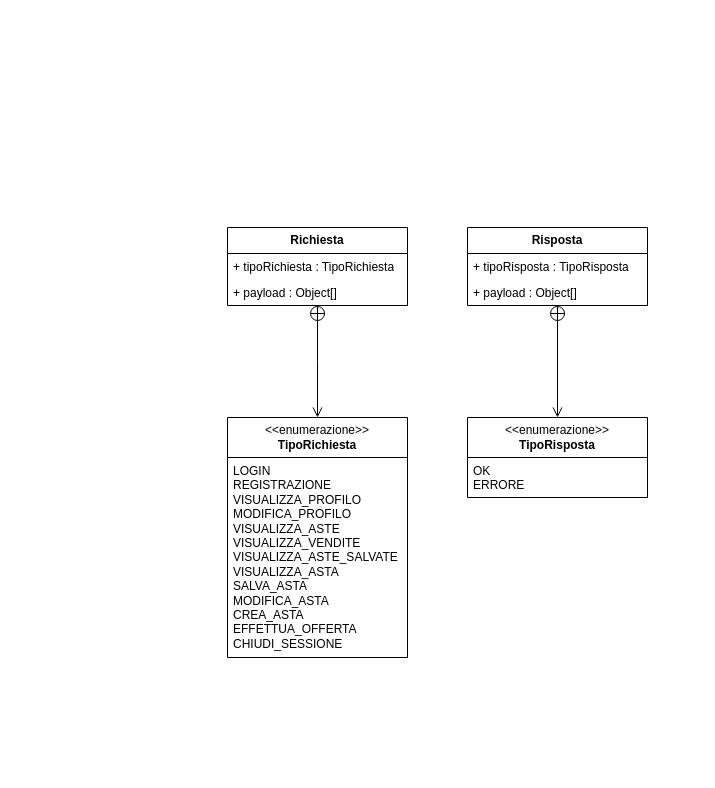
Above: documenti/DC-Aste.drawio in Chaos-Rat/GAO (draw.io), before the change. Source tidied: cells renumbered, new cells numbered last; positions are measured from the earlier drawing's top-left corner, leaving out a move shared by most shapes. Both pictures are drawn from the tidied source at 100%, with x=0, y=0 at pixel (227, 227).
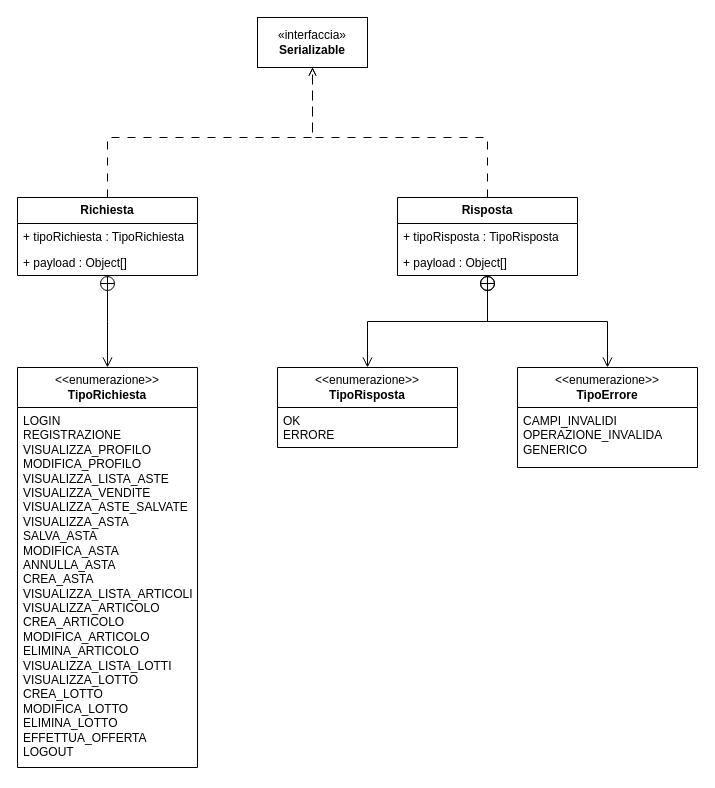
Above is the later version.

The edit, as a diff of the source:
```diff
@@
     <mxCell id="2" value="&lt;div&gt;&amp;lt;&amp;lt;enumerazione&amp;gt;&amp;gt;&lt;/div&gt;&lt;b&gt;TipoRichiesta&lt;/b&gt;" style="swimlane;fontStyle=0;horizontal=1;startSize=40;fillColor=none;whiteSpace=wrap;html=1;" parent="1" vertex="1">
-      <mxGeometry y="190" width="180" height="240" as="geometry" />
+      <mxGeometry x="-210" y="140" width="180" height="400" as="geometry" />
     </mxCell>
-    <mxCell id="3" value="LOGIN&lt;div&gt;REGISTRAZIONE&lt;/div&gt;&lt;div&gt;VISUALIZZA_PROFILO&lt;/div&gt;&lt;div&gt;MODIFICA_PROFILO&lt;/div&gt;&lt;div&gt;VISUALIZZA_ASTE&lt;/div&gt;&lt;div&gt;VISUALIZZA_VENDITE&lt;/div&gt;&lt;div&gt;VISUALIZZA_ASTE_SALVATE&lt;/div&gt;&lt;div&gt;VISUALIZZA_ASTA&lt;/div&gt;&lt;div&gt;SALVA_ASTA&lt;/div&gt;&lt;div&gt;MODIFICA_ASTA&lt;/div&gt;&lt;div&gt;CREA_ASTA&lt;/div&gt;&lt;div&gt;EFFETTUA_OFFERTA&lt;/div&gt;&lt;div&gt;CHIUDI_SESSIONE&lt;/div&gt;" style="text;strokeColor=none;fillColor=none;align=left;verticalAlign=top;spacingLeft=4;spacingRight=4;overflow=hidden;whiteSpace=wrap;html=1;" parent="2" vertex="1">
-      <mxGeometry y="40" width="180" height="200" as="geometry" />
+    <mxCell id="3" value="LOGIN&lt;div&gt;REGISTRAZIONE&lt;/div&gt;&lt;div&gt;VISUALIZZA_PROFILO&lt;/div&gt;&lt;div&gt;MODIFICA_PROFILO&lt;/div&gt;&lt;div&gt;VISUALIZZA_LISTA_ASTE&lt;/div&gt;&lt;div&gt;VISUALIZZA_VENDITE&lt;/div&gt;&lt;div&gt;VISUALIZZA_ASTE_SALVATE&lt;/div&gt;&lt;div&gt;VISUALIZZA_ASTA&lt;/div&gt;&lt;div&gt;SALVA_ASTA&lt;/div&gt;&lt;div&gt;MODIFICA_ASTA&lt;/div&gt;&lt;div&gt;ANNULLA_ASTA&lt;/div&gt;&lt;div&gt;CREA_ASTA&lt;/div&gt;&lt;div&gt;VISUALIZZA_LISTA_ARTICOLI&lt;/div&gt;&lt;div&gt;VISUALIZZA_ARTICOLO&lt;/div&gt;&lt;div&gt;CREA_ARTICOLO&lt;/div&gt;&lt;div&gt;MODIFICA_ARTICOLO&lt;/div&gt;&lt;div&gt;ELIMINA_ARTICOLO&lt;/div&gt;&lt;div&gt;VISUALIZZA_LISTA_LOTTI&lt;/div&gt;&lt;div&gt;VISUALIZZA_LOTTO&lt;/div&gt;&lt;div&gt;CREA_LOTTO&lt;/div&gt;&lt;div&gt;MODIFICA_LOTTO&lt;/div&gt;&lt;div&gt;ELIMINA_LOTTO&lt;/div&gt;&lt;div&gt;EFFETTUA_OFFERTA&lt;/div&gt;&lt;div&gt;LOGOUT&lt;/div&gt;" style="text;strokeColor=none;fillColor=none;align=left;verticalAlign=top;spacingLeft=4;spacingRight=4;overflow=hidden;whiteSpace=wrap;html=1;" parent="2" vertex="1">
+      <mxGeometry y="40" width="180" height="360" as="geometry" />
     </mxCell>
@@
+    <mxCell id="14" style="edgeStyle=orthogonalEdgeStyle;rounded=0;jettySize=auto;html=1;dashed=1;dashPattern=8 8;endArrow=open;endFill=0;" parent="1" edge="1" source="5" target="16">
+      <mxGeometry relative="1" as="geometry">
+        <Array as="points">
+          <mxPoint x="-120" y="-90" />
+          <mxPoint x="85" y="-90" />
+        </Array>
+      </mxGeometry>
+    </mxCell>
     <mxCell id="5" value="&lt;b&gt;Richiesta&lt;/b&gt;" style="swimlane;fontStyle=0;horizontal=1;startSize=26;fillColor=none;whiteSpace=wrap;html=1;" parent="1" vertex="1">
-      <mxGeometry width="180" height="78" as="geometry" />
+      <mxGeometry x="-210" y="-30" width="180" height="78" as="geometry" />
     </mxCell>
@@
+    <mxCell id="15" style="edgeStyle=orthogonalEdgeStyle;rounded=0;jettySize=auto;html=1;dashed=1;dashPattern=8 8;endArrow=open;endFill=0;" parent="1" edge="1" source="8" target="16">
+      <mxGeometry relative="1" as="geometry">
+        <Array as="points">
+          <mxPoint x="260" y="-90" />
+          <mxPoint x="85" y="-90" />
+        </Array>
+      </mxGeometry>
+    </mxCell>
     <mxCell id="8" value="&lt;b&gt;Risposta&lt;/b&gt;" style="swimlane;fontStyle=0;horizontal=1;startSize=26;fillColor=none;whiteSpace=wrap;html=1;" parent="1" vertex="1">
-      <mxGeometry x="240" width="180" height="78" as="geometry" />
+      <mxGeometry x="170" y="-30" width="180" height="78" as="geometry" />
     </mxCell>
@@
     <mxCell id="11" value="&lt;div&gt;&amp;lt;&amp;lt;enumerazione&amp;gt;&amp;gt;&lt;/div&gt;&lt;b&gt;TipoRisposta&lt;/b&gt;" style="swimlane;fontStyle=0;horizontal=1;startSize=40;fillColor=none;whiteSpace=wrap;html=1;" parent="1" vertex="1">
-      <mxGeometry x="240" y="190" width="180" height="80" as="geometry" />
+      <mxGeometry x="50" y="140" width="180" height="80" as="geometry" />
     </mxCell>
@@
-    <mxCell id="13" style="endArrow=open;startArrow=circlePlus;endFill=0;startFill=0;endSize=8;html=1;rounded=0;" parent="1" edge="1" source="8" target="11">
+    <mxCell id="13" style="endArrow=open;startArrow=circlePlus;endFill=0;startFill=0;endSize=8;html=1;rounded=0;edgeStyle=elbowEdgeStyle;elbow=vertical;" parent="1" edge="1" source="8" target="11">
       <mxGeometry relative="1" as="geometry" />
     </mxCell>
+    <mxCell id="16" value="«interfaccia»&lt;br&gt;&lt;b&gt;Serializable&lt;/b&gt;" style="html=1;whiteSpace=wrap;" parent="1" vertex="1">
+      <mxGeometry x="30" y="-210" width="110" height="50" as="geometry" />
+    </mxCell>
+    <mxCell id="17" value="&lt;div&gt;&amp;lt;&amp;lt;enumerazione&amp;gt;&amp;gt;&lt;/div&gt;&lt;b&gt;TipoErrore&lt;/b&gt;" style="swimlane;fontStyle=0;horizontal=1;startSize=40;fillColor=none;whiteSpace=wrap;html=1;" parent="1" vertex="1">
+      <mxGeometry x="290" y="140" width="180" height="100" as="geometry" />
+    </mxCell>
+    <mxCell id="18" value="&lt;div&gt;CAMPI_INVALIDI&lt;/div&gt;&lt;div&gt;OPERAZIONE_INVALIDA&lt;/div&gt;&lt;div&gt;GENERICO&lt;/div&gt;" style="text;strokeColor=none;fillColor=none;align=left;verticalAlign=top;spacingLeft=4;spacingRight=4;overflow=hidden;whiteSpace=wrap;html=1;" parent="17" vertex="1">
+      <mxGeometry y="40" width="180" height="60" as="geometry" />
+    </mxCell>
+    <mxCell id="19" style="endArrow=open;startArrow=circlePlus;endFill=0;startFill=0;endSize=8;html=1;rounded=0;edgeStyle=elbowEdgeStyle;elbow=vertical;" parent="1" edge="1" source="8" target="17">
+      <mxGeometry relative="1" as="geometry" />
+    </mxCell>
```
